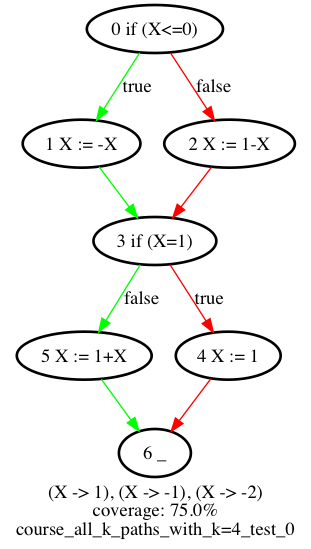
Earlier version of the Graphviz export graphs/course_all_k_paths_with_k=4_test_0.png (ghigi123/ivf). Its source is kept beside it as graphs/course_all_k_paths_with_k=4_test_0.dot.
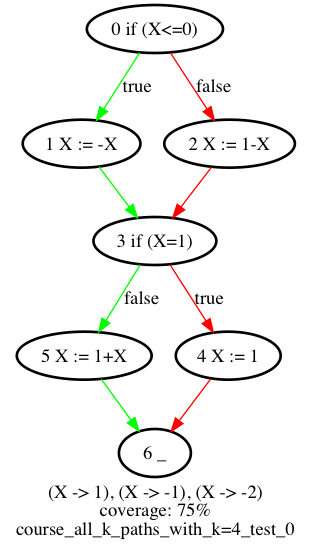
Later version of the same file.

Diff of the diagram source:
```diff
@@ -1,6 +1,6 @@
 digraph "course_all_k_paths_with_k=4_test_0" {
 	label = "(X -> 1), (X -> -1), (X -> -2)
-coverage: 75.0%
+coverage: 75%
 course_all_k_paths_with_k=4_test_0"
 	"1 X := -X" [style = bold]
 	"0 if (X<=0)" -> "1 X := -X" [label = true, color = green]
```
